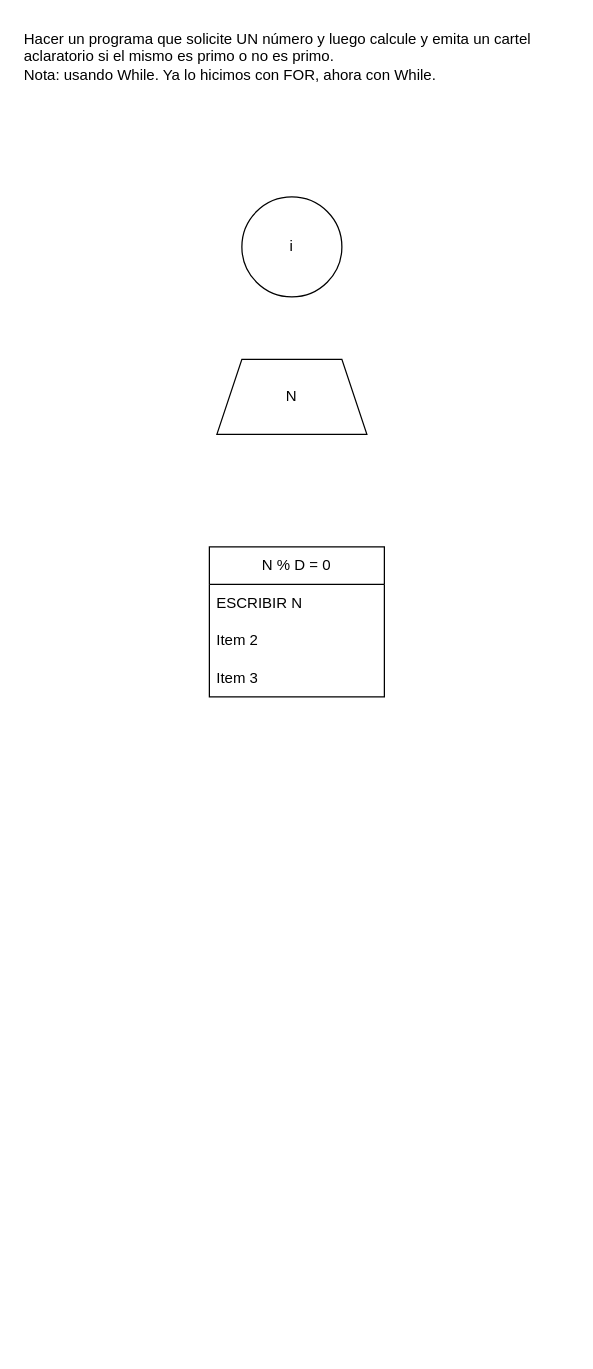
The draw.io diagram page "Página-9" (9 of 10) of Diagrama sin título.drawio in omaryuri9594/algoritmo_advanced.io, before the edit. Source tidied: cells renumbered, new cells numbered last; positions are measured from the earlier drawing's top-left corner, leaving out a move shared by most shapes. Both pictures are drawn from the tidied source at 125%, with x=0, y=0 at pixel (21, 21).
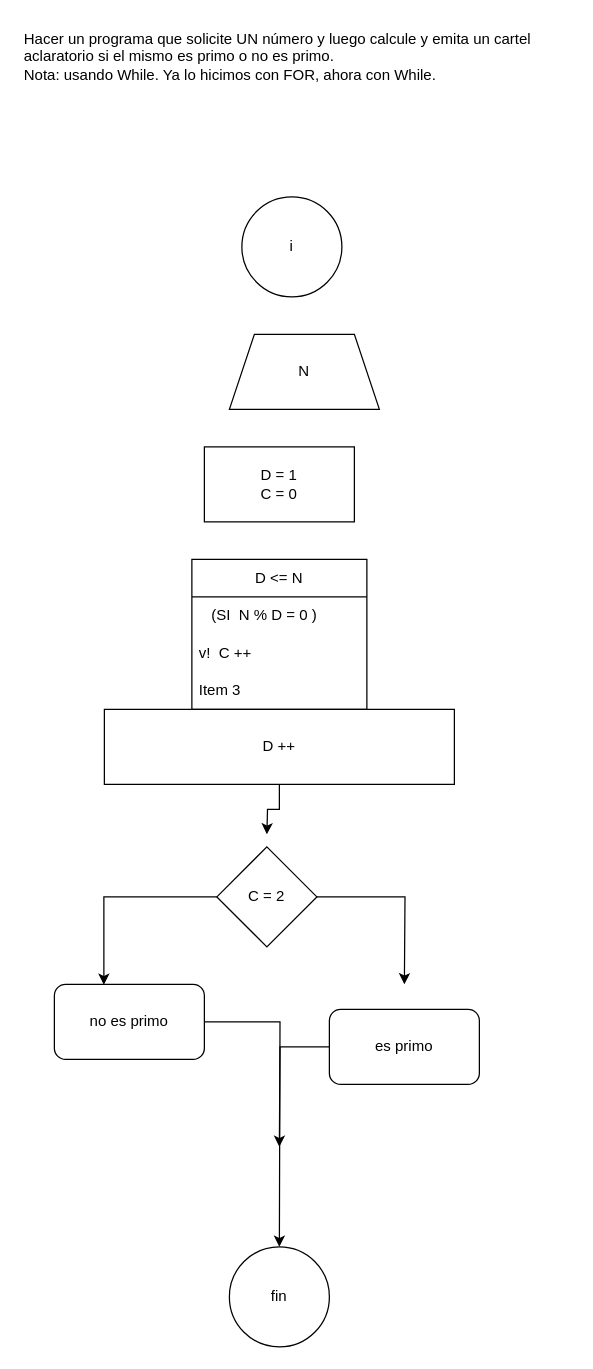
After the change.

The edit, as a diff of the source:
```diff
@@
     <mxCell id="4" value="N" style="shape=trapezoid;perimeter=trapezoidPerimeter;whiteSpace=wrap;html=1;fixedSize=1;" parent="1" vertex="1">
-      <mxGeometry x="156" y="270" width="120" height="60" as="geometry" />
+      <mxGeometry x="166" y="250" width="120" height="60" as="geometry" />
     </mxCell>
-    <mxCell id="5" value="N % D = 0" style="swimlane;fontStyle=0;horizontal=1;startSize=30;whiteSpace=wrap;html=1;" parent="1" vertex="1">
-      <mxGeometry x="150" y="420" width="140" height="120" as="geometry" />
+    <mxCell id="5" value="D &amp;lt;= N" style="swimlane;fontStyle=0;horizontal=1;startSize=30;whiteSpace=wrap;html=1;" parent="1" vertex="1">
+      <mxGeometry x="136" y="430" width="140" height="120" as="geometry" />
     </mxCell>
-    <mxCell id="6" value="ESCRIBIR N" style="text;strokeColor=none;fillColor=none;align=left;verticalAlign=middle;spacingLeft=4;spacingRight=4;overflow=hidden;whiteSpace=wrap;html=1;" parent="5" vertex="1">
+    <mxCell id="6" value="&amp;nbsp; &amp;nbsp;(SI&amp;nbsp; N % D = 0 )" style="text;strokeColor=none;fillColor=none;align=left;verticalAlign=middle;spacingLeft=4;spacingRight=4;overflow=hidden;whiteSpace=wrap;html=1;" parent="5" vertex="1">
       <mxGeometry y="30" width="140" height="30" as="geometry" />
     </mxCell>
-    <mxCell id="7" value="Item 2" style="text;strokeColor=none;fillColor=none;align=left;verticalAlign=middle;spacingLeft=4;spacingRight=4;overflow=hidden;whiteSpace=wrap;html=1;" parent="5" vertex="1">
+    <mxCell id="7" value="v!&amp;nbsp; C ++" style="text;strokeColor=none;fillColor=none;align=left;verticalAlign=middle;spacingLeft=4;spacingRight=4;overflow=hidden;whiteSpace=wrap;html=1;" parent="5" vertex="1">
       <mxGeometry y="60" width="140" height="30" as="geometry" />
     </mxCell>
@@
+    <mxCell id="9" value="D = 1&lt;div&gt;C = 0&lt;/div&gt;" style="whiteSpace=wrap;html=1;" parent="1" vertex="1">
+      <mxGeometry x="146" y="340" width="120" height="60" as="geometry" />
+    </mxCell>
+    <mxCell id="10" style="edgeStyle=orthogonalEdgeStyle;rounded=0;jettySize=auto;html=1;" parent="1" edge="1" source="11">
+      <mxGeometry relative="1" as="geometry">
+        <mxPoint x="196" y="650" as="targetPoint" />
+      </mxGeometry>
+    </mxCell>
+    <mxCell id="11" value="D ++" style="whiteSpace=wrap;html=1;" parent="1" vertex="1">
+      <mxGeometry x="66" y="550" width="280" height="60" as="geometry" />
+    </mxCell>
+    <mxCell id="12" style="edgeStyle=orthogonalEdgeStyle;rounded=0;jettySize=auto;html=1;" parent="1" edge="1" source="13">
+      <mxGeometry relative="1" as="geometry">
+        <mxPoint x="306" y="770" as="targetPoint" />
+      </mxGeometry>
+    </mxCell>
+    <mxCell id="13" value="C = 2" style="rhombus;whiteSpace=wrap;html=1;" parent="1" vertex="1">
+      <mxGeometry x="156" y="660" width="80" height="80" as="geometry" />
+    </mxCell>
+    <mxCell id="14" style="edgeStyle=orthogonalEdgeStyle;rounded=0;jettySize=auto;html=1;" parent="1" edge="1" source="15">
+      <mxGeometry relative="1" as="geometry">
+        <mxPoint x="206" y="900" as="targetPoint" />
+      </mxGeometry>
+    </mxCell>
+    <mxCell id="15" value="es primo" style="rounded=1;whiteSpace=wrap;html=1;" parent="1" vertex="1">
+      <mxGeometry x="246" y="790" width="120" height="60" as="geometry" />
+    </mxCell>
+    <mxCell id="16" style="edgeStyle=orthogonalEdgeStyle;rounded=0;jettySize=auto;html=1;" parent="1" edge="1" source="17">
+      <mxGeometry relative="1" as="geometry">
+        <mxPoint x="206" y="980" as="targetPoint" />
+      </mxGeometry>
+    </mxCell>
+    <mxCell id="17" value="no es primo" style="rounded=1;whiteSpace=wrap;html=1;" parent="1" vertex="1">
+      <mxGeometry x="26" y="770" width="120" height="60" as="geometry" />
+    </mxCell>
+    <mxCell id="18" style="edgeStyle=orthogonalEdgeStyle;rounded=0;jettySize=auto;html=1;entryX=0.33;entryY=0.006;entryDx=0;entryDy=0;entryPerimeter=0;" parent="1" edge="1" source="13" target="17">
+      <mxGeometry relative="1" as="geometry" />
+    </mxCell>
+    <mxCell id="19" value="fin" style="ellipse;whiteSpace=wrap;html=1;" parent="1" vertex="1">
+      <mxGeometry x="166" y="980" width="80" height="80" as="geometry" />
+    </mxCell>
```
